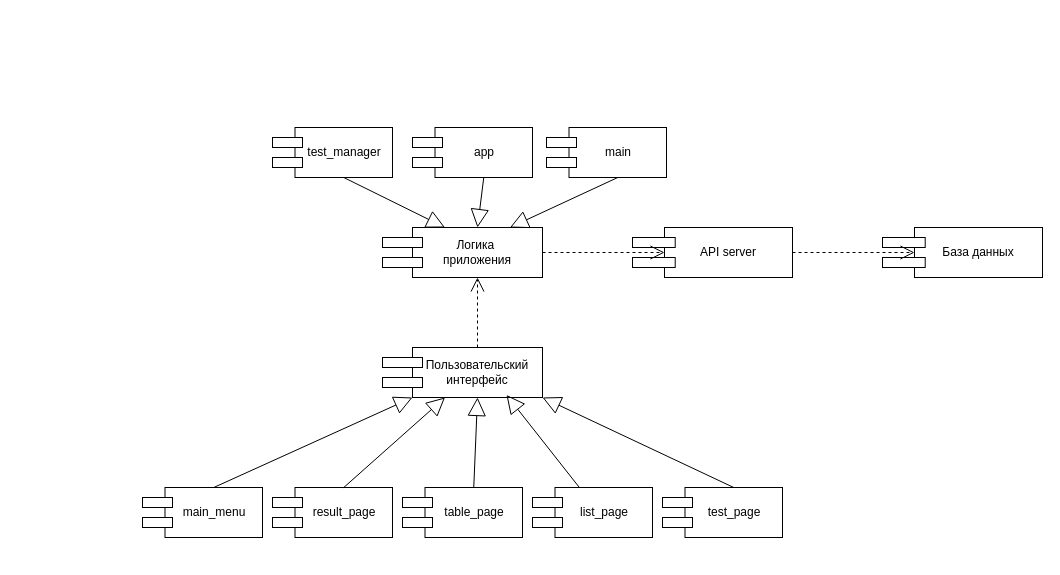
Earlier version of the draw.io diagram Шумов В.drawio (VladKristoff/uml_model_testApp). Source tidied: cells renumbered, new cells numbered last; positions are measured from the earlier drawing's top-left corner, leaving out a move shared by most shapes. Both pictures are drawn from the tidied source at 100%, with x=0, y=0 at pixel (142, 127).
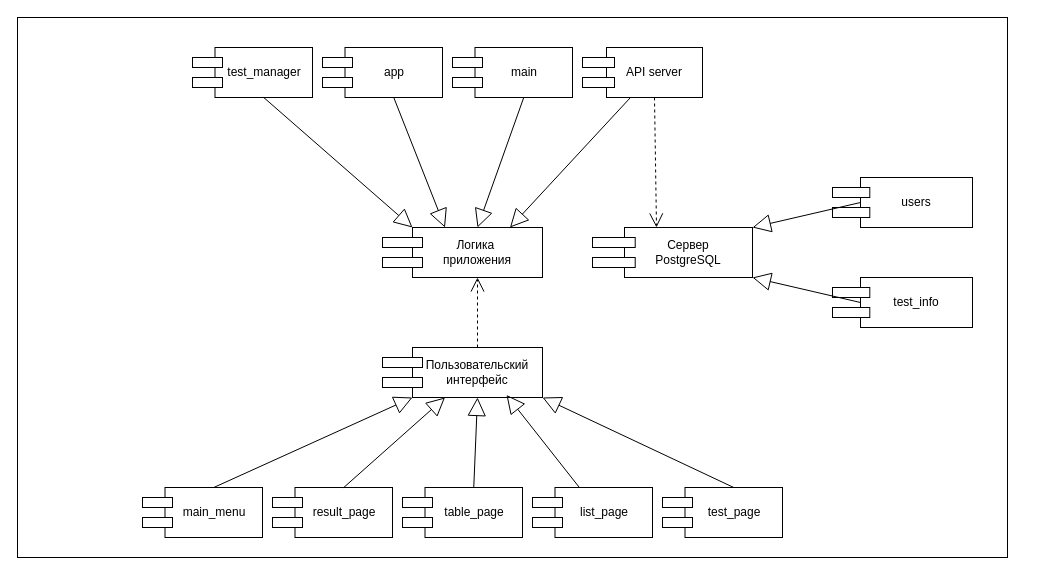
The same page after the edit.

The change refers to these unchanged cells:
```xml
<mxCell id="36" value="Логика&amp;nbsp;&lt;div&gt;приложения&lt;/div&gt;" style="rounded=0;whiteSpace=wrap;html=1;" parent="35" vertex="1">
  <mxGeometry x="30" width="130" height="50" as="geometry" />
</mxCell>
<mxCell id="41" value="test_manager" style="rounded=0;whiteSpace=wrap;html=1;" parent="40" vertex="1">
  <mxGeometry x="22.5" width="97.5" height="50" as="geometry" />
</mxCell>
<mxCell id="45" value="app" style="rounded=0;whiteSpace=wrap;html=1;" parent="44" vertex="1">
  <mxGeometry x="22.5" width="97.5" height="50" as="geometry" />
</mxCell>
<mxCell id="49" value="main" style="rounded=0;whiteSpace=wrap;html=1;" parent="48" vertex="1">
  <mxGeometry x="22.5" width="97.5" height="50" as="geometry" />
</mxCell>
```

What changed in the source:
```diff
@@
+    <mxCell id="61" style="rounded=0;whiteSpace=wrap;html=1;" parent="1" vertex="1">
+      <mxGeometry x="-125" y="-110" width="990" height="540" as="geometry" />
+    </mxCell>
     <mxCell id="2" style="group;" parent="1" vertex="1">
-      <mxGeometry x="740" y="100" width="160" height="50" as="geometry" />
+      <mxGeometry x="450" y="100" width="160" height="50" as="geometry" />
     </mxCell>
-    <mxCell id="3" value="База данных" style="rounded=0;whiteSpace=wrap;html=1;" parent="2" vertex="1">
+    <mxCell id="3" value="Сервер&lt;div&gt;PostgreSQL&lt;/div&gt;" style="rounded=0;whiteSpace=wrap;html=1;" parent="2" vertex="1">
       <mxGeometry x="32" width="128" height="50" as="geometry" />
     </mxCell>
@@
     <mxCell id="40" style="group;" parent="1" vertex="1">
-      <mxGeometry x="130" width="120" height="50" as="geometry" />
+      <mxGeometry x="50" y="-80" width="120" height="50" as="geometry" />
     </mxCell>
@@
     <mxCell id="44" style="group;" parent="1" vertex="1">
-      <mxGeometry x="270" width="120" height="50" as="geometry" />
+      <mxGeometry x="180" y="-80" width="120" height="50" as="geometry" />
     </mxCell>
@@
     <mxCell id="48" style="group;" parent="1" vertex="1">
-      <mxGeometry x="404" width="120" height="50" as="geometry" />
+      <mxGeometry x="310" y="-80" width="120" height="50" as="geometry" />
     </mxCell>
@@
-    <mxCell id="52" style="endArrow=block;endSize=16;endFill=0;html=1;rounded=0;exitX=0.5;exitY=1;exitDx=0;exitDy=0;entryX=0.25;entryY=0;entryDx=0;entryDy=0;" parent="1" edge="1" source="41" target="36">
+    <mxCell id="52" style="endArrow=block;endSize=16;endFill=0;html=1;rounded=0;exitX=0.5;exitY=1;exitDx=0;exitDy=0;entryX=0;entryY=0;entryDx=0;entryDy=0;" parent="1" edge="1" source="41" target="36">
       <mxGeometry relative="1" as="geometry" />
     </mxCell>
-    <mxCell id="53" style="endArrow=block;endSize=16;endFill=0;html=1;rounded=0;exitX=0.5;exitY=1;exitDx=0;exitDy=0;entryX=0.5;entryY=0;entryDx=0;entryDy=0;" parent="1" edge="1" source="45" target="36">
+    <mxCell id="53" style="endArrow=block;endSize=16;endFill=0;html=1;rounded=0;exitX=0.5;exitY=1;exitDx=0;exitDy=0;entryX=0.25;entryY=0;entryDx=0;entryDy=0;" parent="1" edge="1" source="45" target="36">
       <mxGeometry relative="1" as="geometry" />
     </mxCell>
-    <mxCell id="54" style="endArrow=block;endSize=16;endFill=0;html=1;rounded=0;exitX=0.5;exitY=1;exitDx=0;exitDy=0;entryX=0.75;entryY=0;entryDx=0;entryDy=0;" parent="1" edge="1" source="49" target="36">
+    <mxCell id="54" style="endArrow=block;endSize=16;endFill=0;html=1;rounded=0;exitX=0.5;exitY=1;exitDx=0;exitDy=0;entryX=0.5;entryY=0;entryDx=0;entryDy=0;" parent="1" edge="1" source="49" target="36">
       <mxGeometry relative="1" as="geometry" />
     </mxCell>
     <mxCell id="55" style="group;" parent="1" vertex="1">
-      <mxGeometry x="490" y="100" width="160" height="50" as="geometry" />
+      <mxGeometry x="440" y="-80" width="120" height="50" as="geometry" />
     </mxCell>
     <mxCell id="56" value="API server" style="rounded=0;whiteSpace=wrap;html=1;" parent="55" vertex="1">
-      <mxGeometry x="32" width="128" height="50" as="geometry" />
+      <mxGeometry x="24" width="96" height="50" as="geometry" />
     </mxCell>
     <mxCell id="57" style="rounded=0;whiteSpace=wrap;html=1;" parent="55" vertex="1">
-      <mxGeometry y="10" width="42.7" height="10" as="geometry" />
+      <mxGeometry y="10" width="32" height="10" as="geometry" />
     </mxCell>
     <mxCell id="58" style="rounded=0;whiteSpace=wrap;html=1;" parent="55" vertex="1">
-      <mxGeometry y="30" width="42.7" height="10" as="geometry" />
+      <mxGeometry y="30" width="32" height="10" as="geometry" />
     </mxCell>
-    <mxCell id="59" style="endArrow=open;endSize=12;dashed=1;html=1;rounded=0;entryX=0;entryY=0.5;entryDx=0;entryDy=0;exitX=1;exitY=0.5;exitDx=0;exitDy=0;" parent="1" edge="1" source="56" target="3">
+    <mxCell id="59" style="endArrow=open;endSize=12;dashed=1;html=1;rounded=0;entryX=0.25;entryY=0;entryDx=0;entryDy=0;exitX=0.5;exitY=1;exitDx=0;exitDy=0;" parent="1" edge="1" source="56" target="3">
       <mxGeometry relative="1" as="geometry" />
     </mxCell>
-    <mxCell id="60" style="endArrow=open;endSize=12;dashed=1;html=1;rounded=0;entryX=0;entryY=0.5;entryDx=0;entryDy=0;exitX=1;exitY=0.5;exitDx=0;exitDy=0;" parent="1" edge="1" source="36" target="56">
-      <mxGeometry relative="1" as="geometry" />
-    </mxCell>
+    <mxCell id="62" style="endArrow=block;endSize=16;endFill=0;html=1;rounded=0;exitX=0.25;exitY=1;exitDx=0;exitDy=0;entryX=0.75;entryY=0;entryDx=0;entryDy=0;" parent="1" edge="1" source="56" target="36">
+      <mxGeometry relative="1" as="geometry" />
+    </mxCell>
+    <mxCell id="63" style="group;" parent="1" vertex="1">
+      <mxGeometry x="690" y="50" width="140" height="50" as="geometry" />
+    </mxCell>
+    <mxCell id="64" value="users" style="rounded=0;whiteSpace=wrap;html=1;" parent="63" vertex="1">
+      <mxGeometry x="28" width="112" height="50" as="geometry" />
+    </mxCell>
+    <mxCell id="65" style="rounded=0;whiteSpace=wrap;html=1;" parent="63" vertex="1">
+      <mxGeometry y="10" width="37.3" height="10" as="geometry" />
+    </mxCell>
+    <mxCell id="66" style="rounded=0;whiteSpace=wrap;html=1;" parent="63" vertex="1">
+      <mxGeometry y="30" width="37.3" height="10" as="geometry" />
+    </mxCell>
+    <mxCell id="67" style="group;" parent="1" vertex="1">
+      <mxGeometry x="690" y="150" width="140" height="50" as="geometry" />
+    </mxCell>
+    <mxCell id="68" value="test_info" style="rounded=0;whiteSpace=wrap;html=1;" parent="67" vertex="1">
+      <mxGeometry x="28" width="112" height="50" as="geometry" />
+    </mxCell>
+    <mxCell id="69" style="rounded=0;whiteSpace=wrap;html=1;" parent="67" vertex="1">
+      <mxGeometry y="10" width="37.3" height="10" as="geometry" />
+    </mxCell>
+    <mxCell id="70" style="rounded=0;whiteSpace=wrap;html=1;" parent="67" vertex="1">
+      <mxGeometry y="30" width="37.3" height="10" as="geometry" />
+    </mxCell>
+    <mxCell id="71" style="endArrow=block;endSize=16;endFill=0;html=1;rounded=0;exitX=0;exitY=0.5;exitDx=0;exitDy=0;entryX=1;entryY=0;entryDx=0;entryDy=0;" parent="1" edge="1" source="64" target="3">
+      <mxGeometry relative="1" as="geometry" />
+    </mxCell>
+    <mxCell id="72" style="endArrow=block;endSize=16;endFill=0;html=1;rounded=0;exitX=0;exitY=0.5;exitDx=0;exitDy=0;entryX=1;entryY=1;entryDx=0;entryDy=0;" parent="1" edge="1" source="68" target="3">
+      <mxGeometry relative="1" as="geometry" />
+    </mxCell>
```
